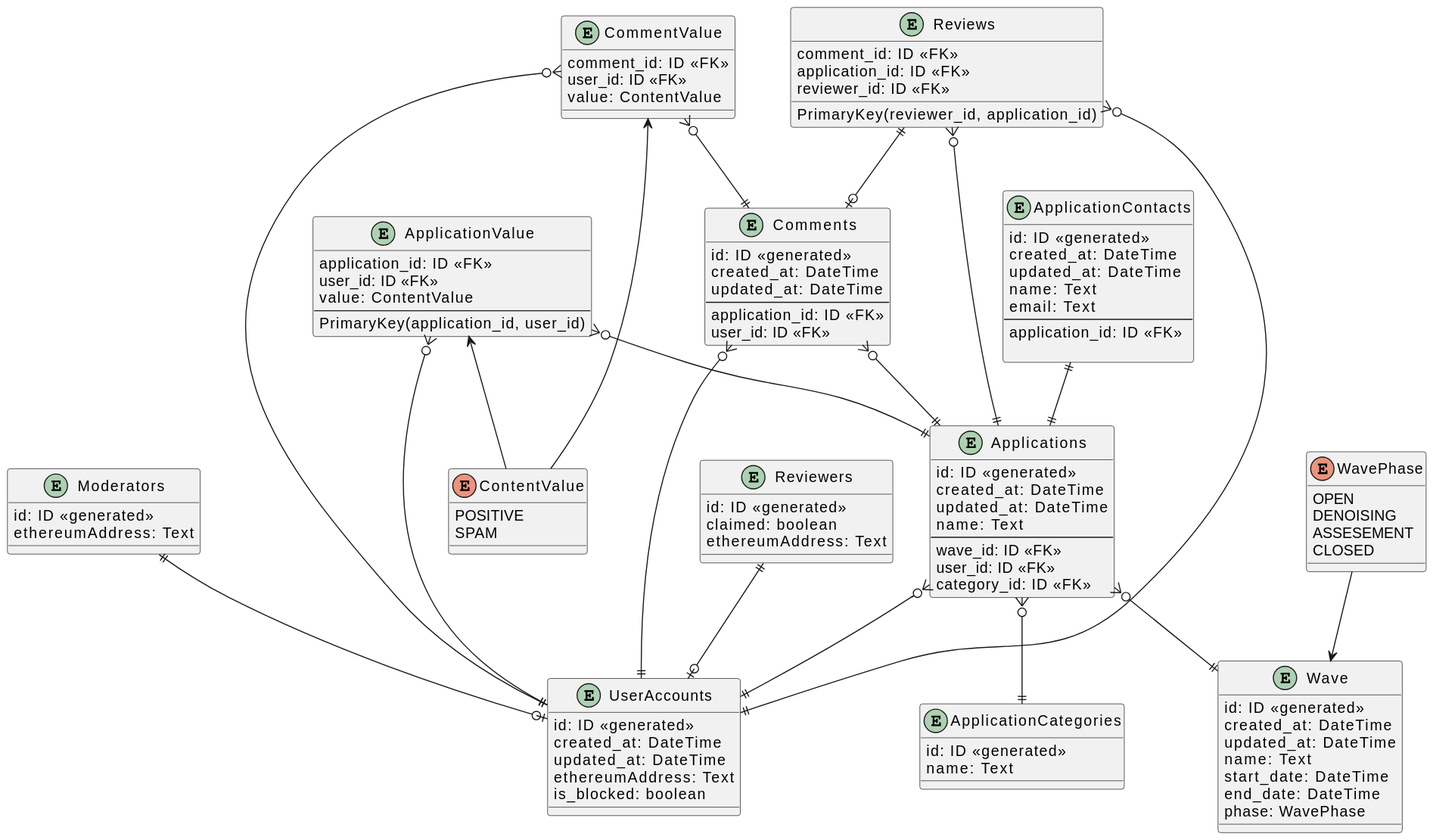
WallfacerLabs/popgdp keeps this PlantUML diagram as diagrams/database.svg. Above is the earlier version.
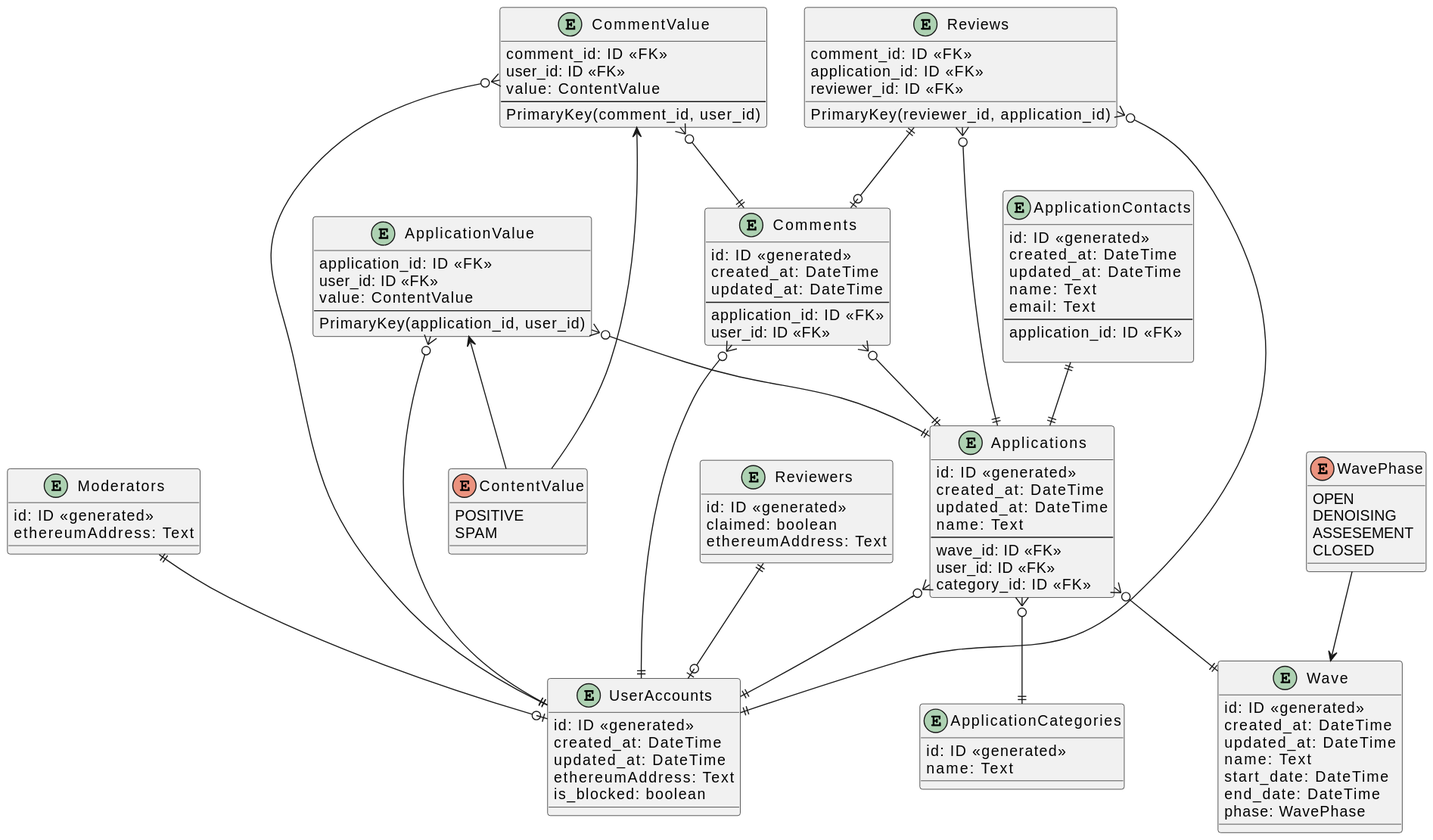
After the change.

Diff of the diagram source:
```diff
@@ -66,6 +66,8 @@
     comment_id: ID <<FK>>
     user_id: ID <<FK>>
     value: ContentValue
+    --
+    PrimaryKey(comment_id, user_id)
 }
 
 enum ContentValue {
```
